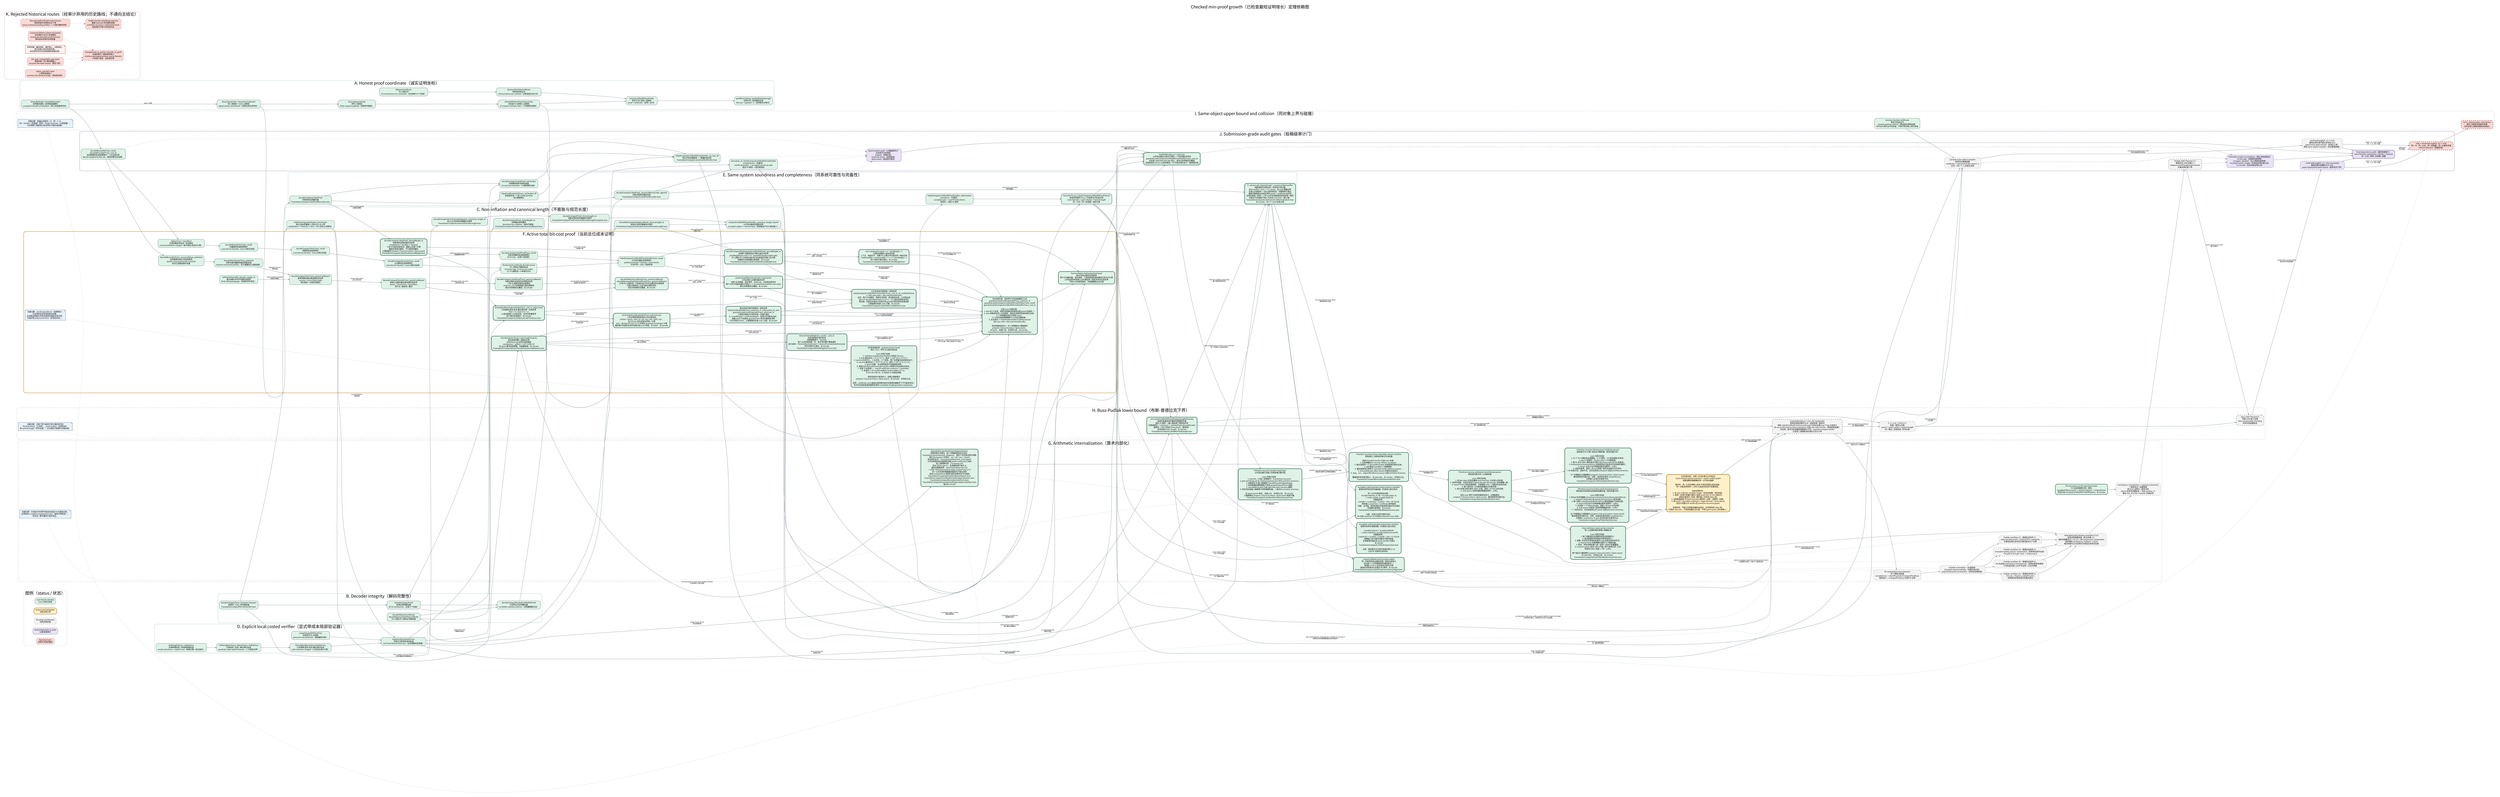
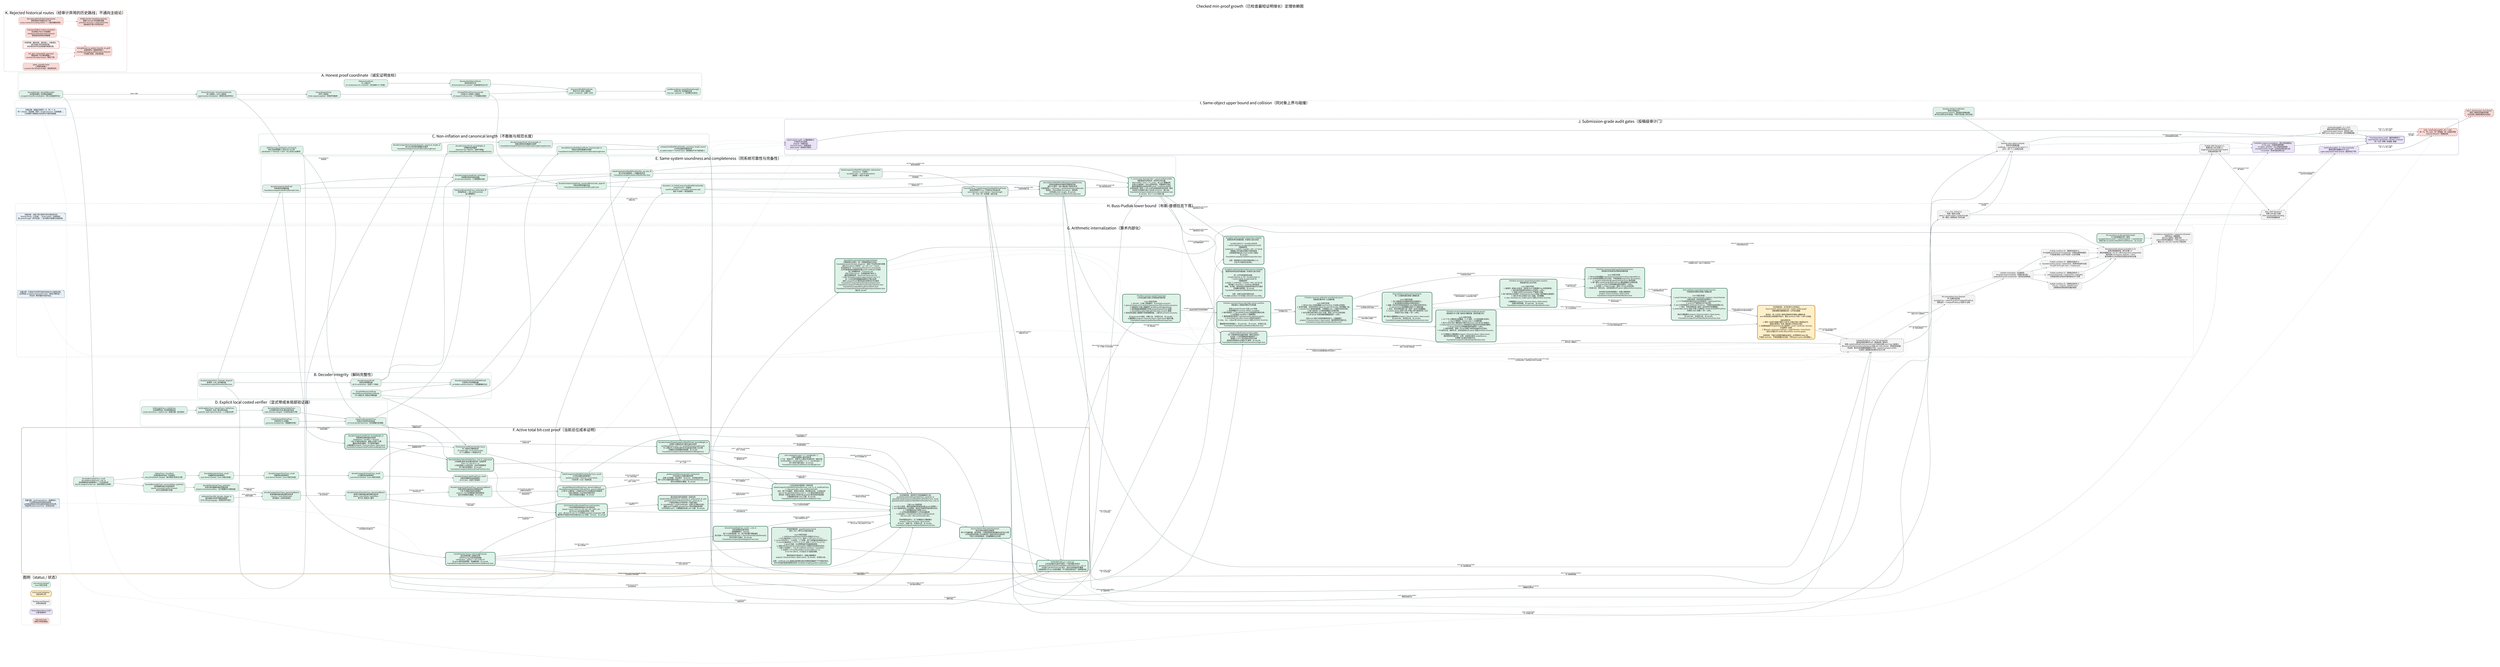
digraph CheckedMinProofDependencies {
  graph [
    rankdir=LR,
    bgcolor="white",
    compound=true,
    newrank=true,
    pad="0.35",
    nodesep="0.30",
    ranksep="0.62",
    fontname="Noto Sans CJK SC",
    fontsize=24,
    label="Checked min-proof growth（已检查最短证明增长）定理依赖图",
    labelloc="t",
    labeljust="c"
  ];
  node [
    shape=box,
    style="rounded,filled",
    fontname="Noto Sans CJK SC",
    fontsize=10.5,
    color="#526d75",
    fillcolor="#eef3f4",
    margin="0.14,0.09",
    penwidth=1.2
  ];
  edge [
    fontname="Noto Sans CJK SC",
    fontsize=8.5,
    color="#65777d",
    arrowsize=0.68,
    penwidth=1.05
  ];

  subgraph cluster_legend {
    label="图例（status / 状态）";
    color="#c8d1d4";
    style="rounded";
    done [label="Lean kernel checked\nLean 内核已检查", fillcolor="#dff2e8", color="#3f7c66"];
    active [label="Active proof obligation\n当前证明义务", fillcolor="#fff0c9", color="#b37a12", penwidth=2.2];
    pending [label="Pending root theorem\n待闭合根定理", fillcolor="#f3f3f3", color="#777777", style="rounded,filled,dashed"];
    audit [label="Axiom/dependency audit\n公理/依赖审计", fillcolor="#e9e3f5", color="#76639a"];
    rejected [label="Rejected route\n经审计弃用的路线", fillcolor="#f8d9d6", color="#a8443d", style="rounded,filled,dashed"];
  }

  subgraph cluster_coordinate {
    label="A. Honest proof coordinate（诚实证明坐标）";
    color="#8fb7aa";
    style="rounded";

    natcode [label="binaryNatCode / decodeBinaryNat\n自然数前缀码 / 自然数前缀解码\nescaped-bit prefix serialization（转义位前缀序列化）", fillcolor="#dff2e8"];
    syntaxcode [label="binaryTermCode + binaryFormulaCode\n项二进制码 + 公式二进制码\ntyped syntax serialization（类型化语法序列化）", fillcolor="#dff2e8"];
    sequentcode [label="binarySequentCode\n序列二进制码\nfinite sequent payload（有限序列载荷）", fillcolor="#dff2e8"];
    prooftree [label="CheckedPAProofTree.binaryCode\n已检查 PA 证明树二进制码\n10 sequent-calculus rules（十条相继式规则）", fillcolor="#dff2e8"];
    axiomcert [label="PAAxiomCertificate\nPA 公理证书\n23 constructors incl. induction（含归纳的 23 个构造）", fillcolor="#dff2e8"];
    structcert [label="StructuralValidityCertificate\n结构有效性证书\nall local witnesses counted（全部局部见证计长）", fillcolor="#dff2e8"];
    certifiedcode [label="binaryCertifiedPAProofCode\n带证书 PA 证明二进制码\nproof + certificate（证明 + 证书）", fillcolor="#dff2e8"];
    packedcode [label="packBinaryString / packedPayloadLength\n位串打包 / 有效载荷长度\nNat.size = payload + 1（自然数位长等式）", fillcolor="#dff2e8"];

    natcode -> syntaxcode [label="labels / 标签"];
    syntaxcode -> sequentcode;
    sequentcode -> prooftree;
    axiomcert -> structcert;
    prooftree -> certifiedcode;
    structcert -> certifiedcode;
    certifiedcode -> packedcode;
  }

  subgraph cluster_decoder {
    label="B. Decoder integrity（解码完整性）";
    color="#8fb7aa";
    style="rounded";

    typeddecoder [label="decodeCompactTerm / Formula / Sequent\n紧凑项 / 公式 / 序列解码器\nFoundationCompactPAProofVerifier.lean", fillcolor="#dff2e8"];
    proofdecoder [label="decodeCompactProof\n紧凑证明树解码器\nall 10 constructors（全部十个构造）", fillcolor="#dff2e8"];
    certdecoder [label="decodePAAxiomCertificate\ndecodeStructuralValidityCertificate\nPA 公理证书 / 结构证书解码器", fillcolor="#dff2e8"];
    packeddecoder [label="decodeCompactPackedCertifiedPAProof\n打包带证书证明解码器\nno hidden auxiliary witness（无隐藏辅助见证）", fillcolor="#dff2e8"];

    typeddecoder -> proofdecoder;
    certdecoder -> packeddecoder;
    proofdecoder -> packeddecoder;
  }

  subgraph cluster_size {
    label="C. Non-inflation and canonical length（不膨胀与规范长度）";
    color="#8fb7aa";
    style="rounded";

    structural [label="decodeCompactProof_parseWeight_le\n证明解码结构量界\nstructural non-inflation（结构不膨胀）\nFoundationCompactProofDecoderStructuralBound.lean", fillcolor="#dff2e8"];
    syntaxcanonical [label="decodeCompactTerm/Formula/Sequent_canonical_length_le\n项/公式/序列规范重编码长度界\nFoundationCompactCanonicalDecodeLength.lean", fillcolor="#dff2e8"];
    proofcanonical [label="decodeCompactProof_binaryLength_le\n完整证明树规范重编码长度界\nFoundationCompactProofCanonicalDecodeLengthComplete.lean", fillcolor="#dff2e8"];
    certcanonical [label="decodeStructuralValidityCertificate_binaryLength_le\n结构证书规范重编码长度界\nFoundationCompactCertificateCanonicalDecodeLength.lean", fillcolor="#dff2e8"];
    totalcanonical [label="compactCertifiedPAProofVerifier_canonical_length_bound\n公开验证器规范载荷总界\naccepted output <= honest input（接受输出不长于诚实输入）", fillcolor="#dff2e8"];
    transformsize [label="shift/free/neg/substitution size bounds\n移位/自由变量嵌入/否定/代入大小界\nsubstitution <= formula × term（代入至多公式乘项）", fillcolor="#dff2e8"];

    typeddecoder -> syntaxcanonical;
    proofdecoder -> structural;
    syntaxcanonical -> proofcanonical;
    certdecoder -> certcanonical;
    proofcanonical -> totalcanonical;
    certcanonical -> totalcanonical;
    syntaxcode -> transformsize;
  }

  subgraph cluster_explicit_local {
    label="D. Explicit local costed verifier（显式带成本局部验证器）";
    color="#8fb7aa";
    style="rounded";

    biteq [label="bitStringEqTrace / natEqTrace\n位串相等轨迹 / 自然数相等轨迹\nresult correctness + explicit cost（结果正确 + 显式成本）", fillcolor="#dff2e8"];
    bitset [label="bitStringMemTrace / SubsetTrace / SetEqTrace\n位串成员 / 包含 / 集合等价轨迹\nquadratic-style explicit bounds（二次型显式界）", fillcolor="#dff2e8"];
    formulalist [label="formulaEq/Mem/Subset/SetEqTrace\n公式相等/成员/包含/集合等价轨迹\ncode emission charged（公式码生成已计费）", fillcolor="#dff2e8"];
    listedtree [label="ListedCheckedPAProofTree\n列表序列 PA 证明树\npreserves decoded lists（保留解码列表）", fillcolor="#dff2e8"];
    listedcert [label="listedCertificateValidTrace\n列表证书有效性成本轨迹\nno Finset decide black box（无有限集判定黑箱）", fillcolor="#dff2e8"];

    biteq -> bitset;
    bitset -> formulalist;
    listedtree -> listedcert;
    formulalist -> listedcert;
    transformsize -> listedcert [label="local transforms\n局部变换"];
  }

  subgraph cluster_same_system {
    label="E. Same-system soundness and completeness（同系统可靠性与完备性）";
    color="#8fb7aa";
    style="rounded";

    listdecoder [label="decodeCompactListedProof\n列表保持证明解码器\nFoundationCompactListedProofDecoder.lean", fillcolor="#dff2e8"];
    projection [label="decodeCompactListedProof_toChecked\n列表解码投影到原检查器\n10-rule fuel induction（十规则燃料归纳）", fillcolor="#dff2e8"];
    localiff [label="listedCertificateValidTrace_toChecked_iff\n新局部轨迹 <-> 原 certificateValid\n语义精确等价", fillcolor="#dff2e8"];
    publiciff [label="listedCompactCertifiedPAProofVerifier_eq_true_iff\n新公开验证器接受 <-> 精确检查关系\nFoundationCompactListedCertifiedVerifier.lean", fillcolor="#dff2e8"];
    soundness [label="listedCompactCertifiedPAProofVerifier_toDerivation\nsoundness（可靠性）\naccepted code -> real PA Derivation2\n接受码 -> 真实 PA 推导", fillcolor="#dff2e8"];
    listencoder [label="decodeCompactListedProof_canonicalBinaryCode_append\n列表证明规范编码往返\nFoundationCompactListedProofEncoder.lean", fillcolor="#dff2e8"];
    completeness [label="derivation_to_listedCompactCertifiedPAProofVerifier\ncompleteness（完备性）\nreal PA derivation -> accepted canonical code\n真实 PA 推导 -> 规范接受码", fillcolor="#dff2e8"];
    predicate [label="Concrete P(x,y) / ListedCompactCertifiedPAProofChecks\n具体证明谓词 P(x,y) / 列表带证书检查关系\nsame formula + same checker + honest length\n同一公式 + 同一检查器 + 诚实长度", fillcolor="#dff2e8", penwidth=2.0];
    minmeasure [
      label="minListedCertifiedPAProofPayloadLength(formula)\n具体检查器诱导的最短完整载荷长度\n真实 PA 推导 -> 最小值由某个接受码实现\n任意接受码 -> minimum <= packedPayloadLength(code)\n接受码 -> 同公式真实 Derivation2（推导树）\n无项目级 proof_length；无 sorryAx\nFoundationCompactListedMinProofLength.lean",
      fillcolor="#dff2e8", color="#2f6f57", penwidth=2.8
    ];
    canonicalnormalize [
      label="P_canon(code, formulaCode) + canonical Bool verifier\n纯数值规范证明关系 + 规范布尔验证器\nBool verifier = true <-> P_canon，由 Lean 精确证明\n任意公开接受码 -> 同公式码规范码，完整载荷不增长\n最短完整载荷必由真实规范 proof + certificate 码实现\n全体码有限一致性 <-> 同 cutoff 的纯数值规范码有限一致性\n非规范/冗余编码不能人为压低 minimum（最小值）\nFoundationCompactListedCanonicalNormalization.lean\n无 sorryAx；仅三个 Lean 标准公理",
      fillcolor="#dff2e8", color="#2f6f57", penwidth=2.8
    ];

    typeddecoder -> listdecoder;
    listdecoder -> projection;
    proofdecoder -> projection;
    listedcert -> localiff;
    projection -> publiciff;
    localiff -> publiciff;
    packeddecoder -> publiciff;
    publiciff -> soundness;
    prooftree -> listencoder;
    listdecoder -> listencoder;
    listencoder -> completeness;
    listedcert -> completeness;
    soundness -> predicate;
    completeness -> predicate;
    predicate -> minmeasure [label="minimum over accepted codes\n对接受码取最小值"];
    completeness -> minmeasure [label="nonempty accepted set\n接受集合非空"];
    publiciff -> canonicalnormalize [label="decode every accepted code\n解码任意接受码"];
    listencoder -> canonicalnormalize [label="canonical re-encoding\n规范重编码"];
    totalcanonical -> canonicalnormalize [label="no payload growth\n载荷不增长"];
    minmeasure -> canonicalnormalize [label="minimum realized canonically\n最小值由规范码实现"];
  }

  subgraph cluster_cost_active {
    label="F. Active total bit-cost proof（当前总位成本证明）";
    color="#c18a27";
    style="rounded,bold";

    nattrace [label="decodeBinaryNatTrace_result\ndecodeBinaryNatTrace_cost_le\n自然数解码轨迹结果等价 + 二次位成本界\nNat.bit charged by Nat.size（按自然数位长收费）", fillcolor="#dff2e8", color="#3f7c66"];
    tracebind [label="OptionTrace + traceBind\n可选结果成本轨迹 + 轨迹绑定\nevery bind/failure charged（每次绑定/失败均计费）", fillcolor="#dff2e8", color="#3f7c66"];
    vectortrace [label="decodeManyVectorTrace_result\n向量解码轨迹结果等价\nLean kernel checked（Lean 内核已检查）", fillcolor="#dff2e8", color="#3f7c66"];
    termtrace [label="decodeCompactTermTrace_result\n项解码轨迹结果等价\nLean kernel checked（Lean 内核已检查）", fillcolor="#dff2e8", color="#3f7c66"];
    formulatrace [label="decodeCompactFormulaTrace_result\n公式解码轨迹结果等价\nLean kernel checked（Lean 内核已检查）", fillcolor="#dff2e8", color="#3f7c66"];
    prooftrace [label="decodeCompactListedProofTrace_result\n列表证明解码轨迹结果等价\nall 10 rules（全部十条规则）", fillcolor="#dff2e8", color="#3f7c66"];
    certtrace [label="PA/structural certificate decoder traces\nPA / 结构证书解码轨迹\n23 axiom tags + 4 recursive nodes\n23 个公理标签 + 4 种递归节点", fillcolor="#dff2e8", color="#3f7c66"];
    publictrace [label="listedCompactCertifiedPAProofVerifierTrace_result\n公开验证器轨迹结果等价\npacked envelope + formula + local checks\n打包外壳 + 公式 + 局部检查", fillcolor="#dff2e8", color="#3f7c66"];
    natpotential [label="decodeBinaryNatTrace_success/failure_potential\n自然数解码成功/失败势能界\nquartic consumed-prefix invariant\n四次已消费前缀不变量", fillcolor="#dff2e8", color="#3f7c66"];
    vectorpotential [label="decodeManyVectorTrace_potential\n任意长度向量解码摊还势能定理\ndisjoint consumed prefixes（互不重叠的已消费前缀）", fillcolor="#dff2e8", color="#3f7c66"];
    symbolcharge [label="arithmeticFunc/Rel_decode_charge_le\n算术函数/关系符号解码收费界\nfinite ORing language（有限有序环语言）", fillcolor="#dff2e8", color="#3f7c66"];
    termpotential [label="decodeCompactTermTrace_parserCostBound\n紧凑项解码器全路径摊还成本界\nsuccess + every failure path\n成功路径 + 全部失败路径", fillcolor="#dff2e8", color="#3f7c66"];
    formulapotential [label="decodeCompactFormulaTrace_parserCostBound\n紧凑公式解码器全路径摊还成本界\natoms / connectives / quantifiers\n原子式 / 联结词 / 量词", fillcolor="#dff2e8", color="#3f7c66"];
    proofpotential [
      label="decodeCompactListedProofTrace_parserCostBound\n列表证明树全路径四次势能成本界\n十条 PA 相继式规则全部通过\nand/cut 二叉子证明势能已望远镜相消\n成功/失败路径全覆盖；无 sorryAx",
      fillcolor="#dff2e8", color="#3f7c66"
    ];
    certpotential [
      label="decodePAAxiomCertificateTrace_parserCostBound\ndecodeStructuralValidityCertificateTrace_parserCostBound\n23 种 PA 公理标签 + 4 种递归证书节点全路径四次势能界\n归纳公理体和二元证书树已摊还闭合\n成功/失败路径全覆盖；无 sorryAx",
      fillcolor="#dff2e8", color="#3f7c66", penwidth=2.2
    ];
    packedcost [
      label="packed proof/formula decoder cost bounds\n打包证明/公式解码器成本界\n证明+证书串联、末位哨兵、dropLast、空后缀全部闭合\n两个公开打包解码器均不超过 2 × decoderPotential(Nat.size code)\n成功/失败路径全覆盖；无 sorryAx",
      fillcolor="#dff2e8", color="#2f6f57", penwidth=2.8
    ];
    transformcode [
      label="transformation binary-code length bounds\n语法变换完整二进制码长界\nshift/free/neg 均至多线性膨胀\nsubstitution：|phi[t]| <= 3(F+1)(W+1)F\n含 qpow 量词深度预算；无隐藏参数；无 sorryAx\nFoundationCompactSyntaxTransformationCodeBounds.lean",
      fillcolor="#dff2e8", color="#2f6f57", penwidth=2.8
    ];
    negtrace [
      label="binaryFormulaNegTrace_result / _cost_le\n否定变换真实递归轨迹\n结果精确等于 ∼formula\n每个公式构造收费一步；原子项向量不重复遍历\n执行成本 <= formulaSymbolCount <= |binaryFormulaCode(formula)|\n单文件探针已通过；无 sorryAx\nFoundationCompactSyntaxNegationTrace.lean",
      fillcolor="#dff2e8", color="#2f6f57", penwidth=2.8
    ];
    axmjoint [
      label="axm comparator input <= 2 * jointWeight + 1\n公理比较器输入联合坐标界\n上下文、候选句子、完整 PA 公理证书均落在同一诚实位权\ncertificateBits + sentenceBits + 1 <= 2 * jointWeight + 1\n四个坐标引理已通过；无 sorryAx\nFoundationCompactListedAxiomJointWeight.lean",
      fillcolor="#dff2e8", color="#2f6f57", penwidth=2.8
    ];
    honestproof [
      label="decodeCompactListedProof_honestWeight_le\n列表保持证明树诚实位权界\nweight(tree) + 8|suffix| <= 8|input|\n十条 PA 规则全部闭合；重复公式逐个计费\n覆盖任意成功解码，不只是规范编码\n公理画像仅 propext / Classical.choice / Quot.sound\nFoundationCompactListedProofHonestWeight.lean",
      fillcolor="#dff2e8", color="#2f6f57", penwidth=2.8
    ];
    honestcert [
      label="decodeCompactPackedListedCertifiedPAProof_honestWeight_le\n证明树+完整结构证书联合诚实位权界\njointWeight(tree,cert) <= 8 * packedPayloadLength(code)\nPA 公理证书 23 标签及递归证书全部由实际输入位计费\n无辅助见证和隐藏长度参数；无 sorryAx\nFoundationCompactListedCertifiedHonestWeight.lean",
      fillcolor="#dff2e8", color="#2f6f57", penwidth=2.8
    ];
    localprimitives [
      label="formulaEq/Mem/Subset/SetEqTrace_cost_le_polynomial\n公式相等/成员/包含/集合等价统一位成本界\nP(w) = 4 + 2(w+3)^2 + w\nw 是全部输入公式码位权，包含列表重复项\n四个端点全部通过；无 sorryAx\nFoundationCompactListedLocalCostPrimitives.lean",
      fillcolor="#dff2e8", color="#2f6f57", penwidth=2.8
    ];
    localbranches9 [
      label="10/10 listedCertificateValidTrace cost branches\n十条证明规则局部成本分支全部闭合\nclosed / verum / and / or / all / exs / wk / shift / cut：\n由 P(G(w)) 及生成语法界统一计费\naxm：由 A(w)=K*(2w+1)^12 的真实 guarded comparator 计费\n最终每节点固定多项式包络已由 Lean 检查；无 haxm、无 sorryAx",
      fillcolor="#dff2e8", color="#2f6f57", penwidth=2.8
    ];
    localinduction [
      label="联合坐标内部归纳骨架 + 具体实例\nlistedCertificateValidTrace_jointCost_le_polynomial_of_axm\nguardedListedCertificateValidTrace_jointCost_le\n十规则证明树/证书同步统一归纳已通过\nb = proofWeight + certificateWeight（证明+证书联合位权）\n抽象 haxm 已由真实 guarded axm 成本定理具体消除\n公开实例无 haxm；公理画像仅标准 Lean 公理；无 sorryAx",
      fillcolor="#dff2e8", color="#2f6f57", penwidth=2.8
    ];
    publicskeleton [
      label="公开总成本内部骨架 + 具体实例\nlistedCompactCertifiedPAProofVerifierTrace_cost_le_of_certificateTrace\ns = Nat.size(code) + Nat.size(formulaCode)\n合并：两个打包解码、局部证书检查、结论集合比较、公式码比较\nQ(s)=4*decoderPotential(s)+L(s)+1，L(s) 是显式固定多项式\n原先唯一内部证书成本义务现已由 guarded 联合成本定理消除\n公理画像仅标准 Lean 公理；无 sorryAx\nFoundationCompactListedPublicCostSkeleton.lean",
      fillcolor="#dff2e8", color="#2f6f57", penwidth=2.8
    ];
    publiccost [
      label="【主终端完成：具体带守卫检查器最终汇合】\nguardedListedCertificateValidTrace_jointCost_le\nguardedListedCompactCertifiedPAProofVerifierTrace_result\nguardedListedCompactCertifiedPAProofVerifierTrace_cost_le\n\n已由 Lean 内核检查：\n1. axm 的 23 标签、接受/拒绝路径和候选长度 guard 全部统一；\n2. axm 局部成本进入与证明树、结构证书相同的诚实联合位权；\n3. 十规则整树成本不再带 haxm；\n4. 公开轨迹结果精确等于公开验证器结果；\n5. 总位成本 <= listedPublicVerifierCostPolynomial(\n   Nat.size code + Nat.size formulaCode)。\n\n定向构建退出码 0；五个关键端点公理画像仅\npropext / Classical.choice / Quot.sound。\n无 haxm、无输入包、无项目公设、无 sorryAx。\nFoundationCompactListedGuardedAxiomCost.lean",
      fillcolor="#dff2e8", color="#2f6f57", penwidth=2.8
    ];
    amortized [label="Success/failure total potential bound\n成功/失败全路径总势能界\n两个打包解码器、语法变换、十规则局部检查和最终比较均已计费\n公开轨迹的所有输入对均满足同一固定多项式位成本界\n不是只分析接受路径；无隐藏辅助见证长度", fillcolor="#dff2e8", color="#2f6f57", style="rounded,filled", penwidth=2.8];
    costnote [shape=note, label="关键注释：result equivalence（结果等价）\n只证明轨迹没有改掉验证结果；\n必须再证明成功/失败全路径的固定多项式界，\n才能声称 polynomial time（多项式时间）。", fillcolor="#e8f1f8", color="#4e7892"];
    transformtrace [label="【共享终端完成：guarded axiom trace】\n移位 / 代入 / 带守卫公理比较轨迹\n\nLean 内核已检查：\n1. shift/free/substitution/list/fixitr 的真实 QTrace；\n2. fixitr 输出码长 <= 4*(L+1)^2；成本 <= 128*(m+L+1)^2*L；\n3. succInd 四次代入、三次否定、三个析取、两个全称量词全部真实执行；\n4. succInd 输出码长 <= 10^7*(L+1)^4；成本 <= 10^11*(L+1)^12；\n5. guard 完备：合法相等候选不会被提前拒绝；\n6. 接受分支 fixitr/allClosure/formulaEq 与拒绝分支总成本均闭合；\n7. 全部 23 标签统一：true iff certificate.sentence = candidate；\n8. 总成本 <= K*(certificateBits+sentenceBits+1)^12，\n   K=10^30+(3B+4)，B 为显式 26 句固定预算。\n\n两条验收命令退出码 0；关键公理画像仅\npropext / Classical.choice / Quot.sound；无 sorryAx、无项目公设。\n\n边界：certificate-only 直接生成完整归纳句在稀疏变量编号下不可能多项式；\n本节点完成的是保持接受关系的 candidate-length guarded comparator。", fillcolor="#dff2e8", color="#2f6f57", style="rounded,filled", penwidth=2.8];
    polytime [label="VerifierBitCost(x,y) <= p(|x|+|y|)\n公开验证器总位成本不超过一个显式固定多项式\nguardedListedCompactCertifiedPAProofVerifierTrace_cost_le\n对全部 code/formulaCode 成立，成功与失败路径均覆盖\n这里是项目 QTrace 位成本模型；PA 内短证明仍由下一簇单独完成", fillcolor="#dff2e8", color="#2f6f57", style="rounded,filled", penwidth=2.8];

    natcode -> nattrace;
    nattrace -> tracebind;
    tracebind -> vectortrace;
    vectortrace -> termtrace;
    termtrace -> formulatrace;
    formulatrace -> prooftrace;
    certdecoder -> certtrace;
    formulatrace -> certtrace;
    prooftrace -> publictrace;
    certtrace -> publictrace;
    publictrace -> amortized [label="exact behavior first\n先固定精确行为"];
    nattrace -> natpotential;
    natpotential -> vectorpotential;
    vectorpotential -> termpotential [label="argument vectors\n参数向量"];
    symbolcharge -> termpotential [label="finite symbol decoding\n有限符号解码"];
    termpotential -> formulapotential [label="terms inside atoms\n原子式中的项"];
    formulapotential -> proofpotential [label="formulas inside sequents\n序列中的公式"];
    proofpotential -> certpotential [label="proof/certificate alignment\n证明树/证书树对齐"];
    formulapotential -> certpotential [label="induction body\n归纳公理体"];
    certpotential -> packedcost [label="proof + certificate stream\n证明 + 证书串"];
    publictrace -> packedcost [label="same executable result\n同一可执行结果"];
    packedcost -> publiccost [label="decoded objects\n已解码对象"];
    transformsize -> transformcode [label="from symbol count to full bits\n从符号数提升到完整位长"];
    transformcode -> negtrace [label="input bit-length control\n输入位长控制"];
    negtrace -> publiccost [label="closed/cut negation charge\n闭合/切规则否定计费"];
    transformcode -> publiccost [label="generated-code bounds\n生成公式码长界"];
    listdecoder -> honestproof [label="all successful parses\n全部成功解码"];
    honestproof -> honestcert [label="proof-tree charge\n证明树计费"];
    certcanonical -> honestcert [label="full certificate bits\n完整证书位"];
    honestcert -> publiccost [label="joint decoded-data bound\n联合解码数据界"];
    honestcert -> axmjoint [label="proof + certificate coordinate\n证明 + 证书坐标"];
    axmjoint -> publiccost [label="guarded comparator input bound\n带守卫比较器输入界"];
    listedcert -> localprimitives [label="exact trace costs\n精确轨迹成本"];
    honestproof -> localprimitives [label="duplicate-preserving weights\n保留重复项位权"];
    localprimitives -> publiccost [label="uniform quadratic bound\n统一二次界"];
    localprimitives -> localbranches9 [label="per-rule instantiation\n逐规则实例化"];
    transformcode -> localbranches9 [label="generated syntax bounds\n生成语法界"];
    localbranches9 -> publiccost [label="nine checked branches\n九条已检查分支"];
    localbranches9 -> localinduction [label="structural aggregation\n结构汇总"];
    localinduction -> publiccost [label="haxm concretely discharged\nhaxm 已由具体定理消除"];
    localinduction -> publicskeleton [label="local certificate polynomial\n局部证书多项式"];
    packedcost -> publicskeleton [label="two packed decoder bounds\n两个打包解码界"];
    honestcert -> publicskeleton [label="decoded joint weight\n解码联合位权"];
    publicskeleton -> publiccost [label="concrete discharge checked\n具体消义务已检查"];
    listedcert -> publiccost [label="explicit local checks\n显式局部检查"];
    publiccost -> amortized;
    totalcanonical -> amortized [label="consumed-length control\n消费长度控制"];
    costnote -> amortized [style=dotted, arrowhead=none, constraint=false];
    transformcode -> transformtrace;
    transformtrace -> publiccost [label="guarded axm + shift/free/substitution costs\n带守卫公理 + 移位/自由化/代入成本"];
    amortized -> polytime;
    transformtrace -> polytime;
    totalcanonical -> polytime [label="input/output length control\n输入输出长度控制"];
    listedcert -> polytime [label="local cost bounds\n局部成本界"];
    predicate -> polytime [label="exact executable relation\n精确可执行关系"];
  }

  subgraph cluster_internalization {
    label="G. Arithmetic internalization（算术内部化）";
    color="#9a9a9a";
    style="rounded,dashed";

    listedconmeta [label="ListedCertifiedFiniteConsistencyAt(k)\n同一列表保持验证器的有限一致性元层语义\n无长度 <= k 的完整载荷码被接受为 ⊥\n普通及 2^(A*n) 放大版本无条件为真\n接受反向恢复同公式真实 PA 推导；无 sorryAx\nFoundationCompactListedFiniteConsistencyTarget.lean", fillcolor="#dff2e8", color="#2f6f57", penwidth=2.8];
    arithinput [label="Primitive-recursive packed input layer\n公开验证器打包输入的原始递归算术层\n\nLean 内核已检查：\n1. Nat.bits（小端二进制展开）为 primitive recursive；\n2. getLast?/dropLast 与 sentinel payload peel 均为 primitive recursive；\n3. 剥离成功 iff 输入精确等于 packBinaryString(payload)；\n4. 新剥离器结果精确等于现有 packedPayloadTrace 结果；\n5. decodeBinaryNat 已由 right-fold state machine 重建；\n6. 新状态机逐输入精确等于原前缀解码器，二者均为 primitive recursive。\n\n无 typed syntax 假设、无输入包、无项目公设、无 sorryAx；\n公理画像仅 propext / Classical.choice / Quot.sound 或其子集。\nFoundationCompactListedVerifierArithmeticInput.lean", fillcolor="#dff2e8", color="#2f6f57", penwidth=2.8];
    tokenstream [label="Primitive-recursive binary-Nat token stream machine\n原始递归二进制自然数记号流机器\n\n具体 bounded iterator 已由 Lean 检查：\n1. 状态明确区分 running / failed / accepted；\n2. 每步调用同一个 decodeBinaryNat 并保留真实剩余位串；\n3. 总步数由 inputBits+1 明确限制；\n4. 最终结果逐位串等于 repeated-prefix reference parser；\n5. binaryNatCode token stream 的规范往返成立；\n6. step、run、output 和 reference parser 全部 primitive recursive。\n\n覆盖畸形和非规范输入；无 rawCode、无 sorryAx、无项目公设。\nFoundationCompactBinaryNatStreamMachine.lean", fillcolor="#dff2e8", color="#2f6f57", penwidth=2.8];
    syntaxparser [label="Primitive-recursive arithmetic term/formula parser\n原始递归算术项 / 公式解析器\n\nLean 内核已检查：\n1. 纯 Nat token 状态机覆盖 bvar/fvar/func 与全部公式构造；\n2. 有序环函数、关系符号码与 typed decoder 的 decode₂ 条件精确一致；\n3. repeat frame 逐项处理参数，不按稀疏 arity 一次展开巨型任务表；\n4. 每个真实项 / 公式都有精确执行步数定理；\n5. 执行步数不超过真实 token 长度，固定二次 fuel 必然足够；\n6. 公开 parser 对规范编码精确返回同一 suffix。\n\n定向 Lean 探针与目标构建退出码 0；公理画像仅\npropext / Classical.choice / Quot.sound；静态禁用项扫描为空。\nFoundationCompactSyntaxTokenMachine.lean", fillcolor="#dff2e8", color="#2f6f57", penwidth=2.8];
    syntaxinversion [label="Exact arbitrary-input syntax inversion\n项 / 公式解析器任意输入精确反演\n\nLean 内核已检查：\n1. 每个纯数值任务栈都有类型化前缀语义；\n2. 每次数值状态转换反向保持该语义；\n3. 函数 / 关系符号有效码恢复同 arity 的真实有序环符号；\n4. repeat frame 恢复精确长度的 Fin 参数向量；\n5. 成功、失败及畸形输入统一由同一后向不变量覆盖；\n6. numeric parser 返回 suffix iff 输入等于某真实项 / 公式\n   的规范 token 前缀 ++ 同一 suffix。\n\n两个端点公理画像仅 propext / Classical.choice / Quot.sound；\n无 rawCode、无项目公设、无 sorryAx。\nFoundationCompactSyntaxTokenMachineInversion.lean", fillcolor="#dff2e8", color="#2f6f57", penwidth=2.8];
-     proofparser [label="Primitive-recursive listed-proof structural parser\n原始递归列表保持证明树结构解析器（规范完备方向）\n\nLean 内核已检查：\n1. 纯 Nat 任务栈覆盖 closed/axm/verum/and/or/all/exs/wk/shift/cut；\n2. sequent cardinality 由 repeat-formula frame 逐项消费；\n3. 每个真实 ListedCheckedPAProofTree 都有精确执行步数定理；\n4. and/cut 的左右子证明按编码顺序消费同一 suffix；\n5. 总步数 <= 2*tokenLength，固定二次 fuel 必然足够；\n6. 公开 parser 对规范十规则树精确返回同一 suffix；\n7. 十标签分派、总状态机和公开 parser 全部 primitive recursive。\n\n五个关键端点公理画像仅 propext / Classical.choice / Quot.sound；\n静态禁用项扫描为空。边界：这里闭合真实树的 completeness；\n任意输入 soundness 与 axm 闭句检查仍在黄色节点。\nFoundationCompactProofTokenMachine.lean", fillcolor="#dff2e8", color="#2f6f57", penwidth=2.8];
+     closedformula [label="Primitive-recursive closed-formula token machine\n原始递归闭公式记号机\n\nLean 内核已检查：\n1. 复用同一紧凑公式语法，但所有 term 位置遇到 fvar 标签即拒绝；\n2. 每次成功恢复真实类型化公式及同一 suffix；\n3. 恢复公式的 freeVariables 严格等于空集；\n4. 每个真实闭公式及每个 ArithmeticSentence 的嵌入规范编码必被接受；\n5. 成功 iff 闭公式规范 token 前缀，双向精确；\n6. step / bounded run / public parser 全部 primitive recursive。\n\n公理画像仅 propext / Classical.choice / Quot.sound；\n无额外闭性参数、无 rawCode、无 sorryAx。\nFoundationCompactClosedFormulaTokenMachine.lean", fillcolor="#dff2e8", color="#2f6f57", penwidth=2.8];
+     proofparser [label="Primitive-recursive listed-proof structural parser\n原始递归列表保持证明树结构解析器\n\nLean 内核已检查：\n1. 纯 Nat 任务栈覆盖 closed/axm/verum/and/or/all/exs/wk/shift/cut；\n2. axm 标签现调用独立闭公式机，不再把普通 proposition 当 sentence；\n3. sequent cardinality 由 repeat-formula frame 逐项消费；\n4. 每个真实 ListedCheckedPAProofTree 都有精确执行步数定理；\n5. and/cut 左右子证明按编码顺序消费同一 suffix；\n6. 总步数 <= 2*tokenLength，固定二次 fuel 必然足够；\n7. 十标签分派、闭句分支、总状态机和公开 parser 全部 primitive recursive。\n\n定向探针及目标构建通过；关键公理画像仅\npropext / Classical.choice / Quot.sound。\nFoundationCompactProofTokenMachine.lean", fillcolor="#dff2e8", color="#2f6f57", penwidth=2.8];
+     proofinversion [label="Exact arbitrary-input listed-proof inversion\n列表保持证明树任意输入精确反演\n\nLean 内核已检查：\n1. proof / formula / term / repeat-formula / sequent / closed-formula\n   六类任务统一具有类型化前缀语义；\n2. 十个节点标签的每条反向分支均恢复同一 typed proof tree；\n3. and/cut 严格恢复左右子树次序；\n4. axm 分支恢复真实 ArithmeticSentence，不接受含自由变量公式；\n5. 成功、失败及畸形输入由同一后向状态不变量覆盖；\n6. proof token parser 成功 iff 输入为某真实 ListedCheckedPAProofTree\n   的规范 token 前缀 ++ 同一 suffix。\n\n端点公理画像仅 propext / Classical.choice / Quot.sound；\n无 rawCode、无项目公设、无 sorryAx。\nFoundationCompactProofTokenMachineInversion.lean", fillcolor="#dff2e8", color="#2f6f57", penwidth=2.8];
    certparser [label="Primitive-recursive PA/structural certificate parsers\n原始递归 PA 公理 / 结构证书解析器（规范完备方向）\n\nLean 内核已检查：\n1. 23 个 PA 公理标签全部覆盖；0..21 固定，3/4 校验函数/关系码；\n2. tag 22 调用同一 binder-arity-1 公式解析器；\n3. 新 PA 证书 token 编码逐证书等于旧 binary code 的 Nat 前缀流；\n4. leaf/axiomCert/unary/binary 四类结构证书由显式任务栈递归解析；\n5. binary 左右子证书按编码顺序消费同一 suffix；\n6. 线性步数界、固定二次 fuel 和两个规范往返端点均已闭合；\n7. PA 标签分派、结构节点、总状态机和公开 parser 全部 primitive recursive。\n\n七个关键端点公理画像仅 propext / Classical.choice / Quot.sound；\n静态禁用项扫描为空。边界：这里闭合规范 completeness，\n任意输入反演仍在黄色节点。\nFoundationCompactCertificateTokenMachine.lean", fillcolor="#dff2e8", color="#2f6f57", penwidth=2.8];
-     numericparser [label="【主终端当前：证明 / 证书反演与公开组合】\nExact numeric-parser inversion + public verifier graph\n纯数值解析器精确反演 + 公开验证器图\n\n新闭合：项 / 公式任意输入成功 iff 真实类型化语法前缀，\n同一对象坐标和同一 suffix 已由后向状态不变量恢复。\n\n当前证明任务：\n1. 补 axm 公式 free-variable-empty（无自由变量）闭句检查；\n2. 把同一反演不变量扩展到十规则 proof tree 与 23+4 类证书，\n   排除任意成功 / 失败 / 畸形输入中的伪 token 树；\n3. 证明数值接受 iff typed decoder 接受同一对象、消费同一后缀；\n4. 把 proof + structural certificate + target formula + local checks\n   组合为完整公开 verifier 的 primitive-recursive graph。\n\n完成标准：不能只证明规范编码会成功；必须排除伪 token 树，\n不借旧 rawCode，不增加隐藏见证长度，不把 typed syntax 当外部输入。", fillcolor="#fff0c9", color="#b37a12", penwidth=2.8];
+     numericparser [label="【主终端当前：证书反演与公开组合】\nExact numeric-parser inversion + public verifier graph\n纯数值解析器精确反演 + 公开验证器图\n\n新闭合：项 / 公式及十规则证明树的任意输入精确反演；\naxm 闭句检查已在数值机中执行，真实 sentence 与同一 suffix 已恢复。\n\n当前证明任务：\n1. 把同一反演不变量扩展到 23 类 PA 公理证书和 4 类结构证书，\n   排除任意成功 / 失败 / 畸形输入中的伪证书树；\n2. 证明数值接受 iff typed decoder 接受同一 proof / certificate / formula，\n   并消费同一后缀；\n3. 把 proof + structural certificate + target formula + local checks\n   组合为完整公开 verifier 的 primitive-recursive graph。\n\n完成标准：不能只证明规范编码会成功；必须排除伪 token 树，\n不借旧 rawCode，不增加隐藏见证长度，不把 typed syntax 当外部输入。", fillcolor="#fff0c9", color="#b37a12", penwidth=2.8];
    compactformula [label="CompactProof(x,y) + Con_PA^compact(k)\n紧凑证明谓词算术公式 + 紧凑有限一致性句\n绿色 ListedCertifiedFiniteConsistencyAt 已给出正确 Lean Prop 元层语义\n旧 succinctFiniteConsistencySentence 仍指 raw-code checker（原始码检查器）\n待证明：算术句标准模型精确等价于同一 guarded compact verifier\n以及短二进制数词实例的公式大小界", fillcolor="#f3f3f3", color="#777777", style="rounded,filled,dashed", penwidth=2.0];
    patrace [label="PA computation-trace theorem\nPA 计算轨迹定理\naccepted run -> short PA proof of CompactProof(x,y)\n接受运行 -> CompactProof(x,y) 的短 PA 证明", fillcolor="#f3f3f3", color="#777777", style="rounded,filled,dashed"];
    suitable [label="suitable numeration（合适枚举）\nbit graph representability（位图可表示性）\npolynomial proof construction（多项式证明构造）", fillcolor="#f3f3f3", color="#777777", style="rounded,filled,dashed"];
    cond0 [label="Pudlak condition (0)（普德拉克条件 0）\nPA 内证明 proof-bound monotonicity（证明长度界单调性）\nP 的较紧/较松 cutoff 可在同一公式中转换", fillcolor="#f3f3f3", color="#777777", style="rounded,filled,dashed"];
    cond1 [label="Pudlak condition (1)（普德拉克条件 1）\nexternal short proof -> internal P(n, code(phi))\n外部短证明以多项式开销内部化为 P 实例", fillcolor="#f3f3f3", color="#777777", style="rounded,filled,dashed"];
    cond2 [label="Pudlak condition (2)（普德拉克条件 2）\nP(n,m) -> P(q1(n), code(P(n,m)))\n证明谓词实例自身的定量内部化", fillcolor="#f3f3f3", color="#777777", style="rounded,filled,dashed"];
    cond3 [label="Pudlak condition (3)（普德拉克条件 3）\nbounded modus ponens composition（有界肯定前件合成）\nP(n,phi) 与 P(n,phi->psi) -> P(q2(n),psi)", fillcolor="#f3f3f3", color="#777777", style="rounded,filled,dashed"];
    mpcompiler [label="Accepted-code bounded modus ponens compiler\n接受码有界肯定前件编译器（外部语义层已闭合）\n\n同一公开列表保持验证器：\naccept(codeImp, A->B) + accept(codeA, A)\n  -> exists codeB, accept(codeB, B)\n完整载荷界：\n|codeB| <= |codeImp| + |codeA| + 240 + 34*S(A,B)\n两份输入 proof tree + certificate 原样复用\n树级、证书级、规范码级及任意接受码端点均已通过\n无隐藏长度参数；无 sorryAx\nFoundationCompactCertifiedModusPonens.lean\n\n注意：这里只关闭外部码合成；\nPA 内部 condition (3) 仍须由 arithmetic trace 内化。", fillcolor="#dff2e8", color="#2f6f57", penwidth=2.8];
    conjcompiler [label="Accepted-code bounded conjunction compiler\n接受码有界合取编译器（外部语义层已闭合）\n\naccept(codeA,A) + accept(codeB,B)\n  -> exists codeAnd, accept(codeAnd,A and B)\n完整载荷界：\n|codeAnd| <= |codeA| + |codeB| + 144 + 11*S(A,B)\n两棵输入树与两份完整证书原样复用\n任意接受码端点及 axiom profile 已通过\n无 sorryAx\nFoundationCompactCertifiedConjunction.lean\n\n注意：固定重言式与原文拼接步骤 (i)-(v)\n以及 PA 内部化仍未闭合。", fillcolor="#dff2e8", color="#2f6f57", penwidth=2.8];
    qdiagonal [label="Quantitative parameterized diagonalization\n定量参数化对角化（同一完整载荷坐标已闭合）\nFoundation parameterized_diagonal₁：固定 P 的全称证明为常数\n真实 Derivation2 实例化：cut + wk + exs + closed\n显式结构证书：binary(unary(baseCert), unary(leaf))\n公开列表保持验证器接受完整 proof+certificate 打包码\n短二进制数码项：2*previous+bit\n码长 O(Nat.size m)，标准模型值严格为 m\n最终完整载荷界：baseProof+baseCert+192\n + 2048*(formulaConstant+stepConstant*|m|+1)^3\n同一公式实例的精确最短载荷也不超过该界\n具体 CompactProof 谓词仍由灰色算术化节点提供\nFoundationCompactDerivationSpecialization.lean\nFoundationCompactCertifiedDerivationSpecialization.lean\nFoundationCompactBinaryNumeralTerm.lean\nFoundationCompactParameterizedDiagonalSpecialization.lean\n端点无 sorryAx", fillcolor="#dff2e8", color="#2f6f57", penwidth=2.8];
    proofassembly [label="Bounded proof-calculus assembly (i)-(v)\n有界证明演算拼接（原文步骤 i-v）\n固定命题重言式 + (0)-(3) + MP/conjunction composition\n逐步得到 not P(q5(m), bottom) -> D(m)\n每次拼接与公式实例化均须显式多项式长度", fillcolor="#f3f3f3", color="#777777", style="rounded,filled,dashed"];
    paconsistency [label="PA consistency in the standard model\nPA 在标准模型中的一致性\naccepted falsum proof -> real Derivation2 -> contradiction\n项目已有 noListedCertifiedPAProofOfFalsum；无 sorryAx", fillcolor="#dff2e8", color="#2f6f57", penwidth=2.4];
    exponentextract [label="Consistency contradiction + exponent extraction\n一致性反证 + 指数提取\n短 D(m) 证明与一致性冲突\nq5(m) 的多项式重标定 -> 存在 epsilon > 0\n推出 Con_A(n) 无 n^epsilon 长度证明", fillcolor="#f3f3f3", color="#777777", style="rounded,filled,dashed"];
    diagonal [label="Pudlak 1986 Theorem 3.1\n普德拉克 1986 定理 3.1\ndiagonal proof-length lower bound\n对角证明长度下界", fillcolor="#f3f3f3", color="#777777", style="rounded,filled,dashed", penwidth=2.0];
    internalnote [shape=note, label="关键注释：外部运行时间界不能自动变成 PA 内部短证明。\n必须构造 accepted computation trace（接受计算轨迹），\n并在同一算术编码中逐步验证。", fillcolor="#e8f1f8", color="#4e7892"];

    predicate -> compactformula [label="exact standard-model relation\n精确标准模型关系"];
    minmeasure -> compactformula [label="same honest payload length\n同一诚实载荷长度"];
    canonicalnormalize -> compactformula [style=dotted, label="normalization audit only; public guarded verifier remains the target\n仅作规范化审计；目标仍是公开带守卫验证器"];
    predicate -> listedconmeta [label="same accepted-code relation\n同一接受码关系"];
    minmeasure -> listedconmeta [label="same payload coordinate\n同一载荷坐标"];
    listedconmeta -> compactformula [label="arithmetize this exact semantics\n算术化这一精确语义"];
    canonicalnormalize -> listedconmeta [label="pointwise same-cutoff equivalence\n逐点同截断值等价"];
    polytime -> arithinput [label="same packed inputs and bit-cost coordinate\n同一打包输入与位成本坐标"];
    arithinput -> tokenstream [label="primitive-recursive payload and Nat-prefix base\n原始递归载荷与自然数前缀基础"];
    tokenstream -> syntaxparser [label="bounded exact tokenization\n有界精确记号化"];
    syntaxparser -> syntaxinversion [label="backward typed realization invariant\n反向类型化实现不变量"];
+     syntaxinversion -> closedformula [label="typed prefix recovery + no-fvar invariant\n类型化前缀恢复 + 无自由变量不变量"];
+     closedformula -> proofparser [label="axm sentence task\n公理叶闭句任务"];
    syntaxparser -> proofparser [label="checked syntax-task machine\n已检查语法任务机"];
    syntaxparser -> certparser [label="induction-body formula parser\n归纳公理体公式解析"];
-     syntaxinversion -> numericparser [label="arbitrary syntax success is canonical\n任意语法成功均为规范前缀"];
-     proofparser -> numericparser [label="ten-rule canonical completeness\n十规则规范完备方向"];
+     syntaxinversion -> proofinversion [label="term / formula arbitrary inversion\n项 / 公式任意反演"];
+     proofparser -> proofinversion [label="ten-rule numeric state machine\n十规则纯数值状态机"];
+     closedformula -> proofinversion [label="real sentence recovery\n真实闭句恢复"];
+     proofinversion -> numericparser [label="arbitrary proof success is canonical\n任意证明成功均为真实规范前缀"];
    certparser -> numericparser [label="23+4 certificate canonical completeness\n23+4 类证书规范完备方向"];
    numericparser -> compactformula [label="same numeric machine graph\n同一纯数值机器图"];
    compactformula -> patrace [label="fixed formula and binary numerals\n固定公式与二进制数词"];
    internalnote -> patrace [style=dotted, arrowhead=none, constraint=false];
    patrace -> suitable;
    suitable -> cond0;
    suitable -> cond1;
    suitable -> cond2;
    suitable -> cond3;
    predicate -> mpcompiler [label="same public verifier\n同一公开验证器"];
    canonicalnormalize -> mpcompiler [label="decoded payload never grows\n解码规范化不增长"];
    mpcompiler -> cond3 [style=dotted, label="external compiler closed; PA internal proof remains\n外部编译已闭合；仍需 PA 内部短证明"];
    predicate -> conjcompiler [label="same public verifier\n同一公开验证器"];
    canonicalnormalize -> conjcompiler [label="decoded payload never grows\n解码规范化不增长"];
    conjcompiler -> proofassembly [style=dotted, label="external conjunction primitive closed\n外部合取原语已闭合"];
    compactformula -> qdiagonal [style=dotted, arrowhead=none, constraint=false, label="later instantiate the closed generic compiler at concrete P\n后续把已闭合通用编译器实例化到具体 P"];
    suitable -> qdiagonal [style=dotted, arrowhead=none, constraint=false, label="concrete P conditions belong to later assembly\n具体 P 条件属于后续拼接"];
    transformcode -> qdiagonal [label="formula-instance size bound already checked\n公式实例大小界已检查"];
    cond0 -> proofassembly;
    cond1 -> proofassembly;
    cond2 -> proofassembly;
    cond3 -> proofassembly;
    qdiagonal -> proofassembly;
    proofassembly -> exponentextract;
    paconsistency -> exponentextract;
    exponentextract -> diagonal;
  }

  subgraph cluster_buss {
    label="H. Buss-Pudlak lower bound（布斯-普德拉克下界）";
    color="#9a9a9a";
    style="rounded,dashed";

    family [label="F_n = Con_T((f(n))^c)\n有限一致性公式族\nsame T / proof system / symbol length\n同一理论 / 证明系统 / 符号长度", fillcolor="#f3f3f3", color="#777777", style="rounded,filled,dashed"];
    rescale [label="Buss 1994 Theorem 5\n布斯 1994 第 5 定理\ntime-constructible rescaling\n时间可构造重标定", fillcolor="#f3f3f3", color="#777777", style="rounded,filled,dashed", penwidth=2.0];
    lower [label="minProofLength(F_n) > U(n) eventually\n最短证明长度最终大于 U(n)\nsuper-polynomial lower bound（超多项式下界）", fillcolor="#e9e3f5", color="#76639a", style="rounded,filled,dashed", penwidth=2.0];
    lowernote [shape=note, label="关键注释：文献下界只能用于原文满足条件的\nformula family（公式族）、proof system（证明系统）\n和 symbol length（符号长度）；名字相似不能替代对象恒等。", fillcolor="#e8f1f8", color="#4e7892"];

    compactformula -> family [label="same CompactProof predicate\n同一紧凑证明谓词"];
    minmeasure -> family [label="exact minimum length coordinate\n精确最短长度坐标"];
    diagonal -> rescale [label="power lower-bound seed\n幂下界种子"];
    family -> rescale;
    rescale -> lower [label="explicit time-constructible f\n显式时间可构造函数 f"];
    lowernote -> rescale [style=dotted, arrowhead=none, constraint=false];
  }

  subgraph cluster_collision {
    label="I. Same-object upper bound and collision（同对象上界与碰撞）";
    color="#9a9a9a";
    style="rounded,dashed";

    sondowcert [label="Sondow checked certificates\n索多已检查证书\nassume gamma rational（假设欧拉常数有理）\n本节点只表示证书已检查，不等于同对象上界已完成", fillcolor="#dff2e8", color="#3f7c66"];
    samecompiler [label="Sondow same-object compiler\n索多同对象编译器\ncertificate -> real proof of the same F_n\n证书 -> 同一 F_n 的真实证明", fillcolor="#f3f3f3", color="#777777", style="rounded,filled,dashed"];
    upper [label="minProofLength(F_n) <= U(n)\n最短证明长度不超过多项式 U(n)\npolynomial upper bound（多项式上界）\n等待 same-object compiler（同对象编译器）", fillcolor="#f3f3f3", color="#777777", style="rounded,filled,dashed"];
    collision [label="U(N) < minProofLength(F_N) <= U(N)\n同一 N、同一公式、同一检查器、同一长度的矛盾\ncollision theorem（碰撞定理）", fillcolor="#f8d9d6", color="#a8443d", style="rounded,filled,dashed", penwidth=2.5];
    final [label="not is_rational euler_mascheroni\n欧拉-马歇罗尼常数非有理\n仅在全部上游根定理闭合后成立", fillcolor="#f8d9d6", color="#a8443d", style="rounded,filled,dashed", penwidth=2.5];
    samenote [shape=note, label="关键注释：碰撞必须是同一 N、同一 F_N、\n同一 checker（检查器）和同一 length measure（长度度量）。\n只证明两个抽象接口各自存在不能形成碰撞。", fillcolor="#e8f1f8", color="#4e7892"];

    sondowcert -> samecompiler;
    family -> samecompiler [label="formula identity\n公式恒等"];
    predicate -> samecompiler [label="same checker/length\n同一检查器/长度"];
    minmeasure -> samecompiler [label="same minimum payload measure\n同一最短载荷度量"];
    samecompiler -> upper [label="canonical accepted proof code\n规范且被接受的证明码"];
    upper -> collision [label="same F_N / same length\n同一 F_N / 同一长度"];
    lower -> collision [label="same F_N / same length\n同一 F_N / 同一长度"];
    samenote -> collision [style=dotted, arrowhead=none, constraint=false];
    collision -> final;
  }

  subgraph cluster_audit {
    label="J. Submission-grade audit gates（投稿级审计门）";
    color="#76639a";
    style="rounded";

    axioms [label="#print axioms audit（公理画像审计）\n已完成节点仅依赖：\npropext（命题外延）\nClassical.choice（经典选择）\nQuot.sound（商类型可靠性）", fillcolor="#e9e3f5", color="#76639a"];
    forbidden [label="Forbidden project assumptions（禁止项目级假设）\nno tail_gap（无尾部间隙参数）\nno upper_provider（无上界提供者参数）\nno project proof_length（无项目证明长度公设）\nno sorryAx（无未完成证明公设）", fillcolor="#e9e3f5", color="#76639a"];
    gate [label="Final dependency audit（最终依赖审计）\nsame formula / parameter / checker / measure\n同一公式 / 参数 / 检查器 / 度量", fillcolor="#e9e3f5", color="#76639a", penwidth=2.0];

    totalcanonical -> axioms [style=dotted];
    publiciff -> axioms [style=dotted];
    completeness -> axioms [style=dotted];
    nattrace -> axioms [style=dotted];
    polytime -> forbidden [style=dashed];
    diagonal -> forbidden [style=dashed];
    samecompiler -> forbidden [style=dashed];
    lower -> gate;
    upper -> gate;
    axioms -> gate;
    forbidden -> gate;
    gate -> collision [style=dashed, label="audit pass\n审计通过"];
  }

  subgraph cluster_rejected_routes {
    label="K. Rejected historical routes（经审计弃用的历史路线；不通向主结论）";
    color="#a8443d";
    style="rounded,dashed";

    rawgodel [label="Nat.size(rawProofCode) lower bound\n原始哥德尔证明码位长下界\nunary-numeral encoding artifact（一元数词编码伪影）", fillcolor="#f8d9d6", color="#a8443d", style="rounded,filled,dashed"];
    postfixraw [label="Postfix checker rebuilding rawCode\n重建 rawCode 的后缀检查器\nprimitive recursive != polynomial time\n原始递归不等于多项式时间", fillcolor="#f8d9d6", color="#a8443d", style="rounded,filled,dashed"];
    abstractgap [label="tail_gap / computable_gap input\n尾部间隙 / 可计算间隙输入\nassumes the lower bound（预设下界）", fillcolor="#f8d9d6", color="#a8443d", style="rounded,filled,dashed"];
    abstractupper [label="upper_provider input\n上界提供者输入\nassumes the Sondow bridge（预设索多桥）", fillcolor="#f8d9d6", color="#a8443d", style="rounded,filled,dashed"];
    unsimulated [label="Unproved Hilbert-system simulation\n未证明的 Hilbert 系统模拟\nwrong/uncalibrated proof measure\n错误或未校准的证明度量", fillcolor="#f8d9d6", color="#a8443d", style="rounded,filled,dashed"];
    graft [label="strengthened_to_partial / transfer_to_graft\n加强到部分 / 嫁接转移接口\ninterface packaging without source theorem\n只有接口包装、没有源定理", fillcolor="#f8d9d6", color="#a8443d", style="rounded,filled,dashed"];
    rejectednote [shape=note, label="弃用判据：编码伪影、循环输入、对象错位，\n或只给接口而没有根定理。\n本区域没有任何边连接最终碰撞定理。", fillcolor="#fff1f0", color="#a8443d"];

    rawgodel -> postfixraw [style=dotted, color="#a8443d"];
    abstractgap -> graft [style=dotted, color="#a8443d"];
    abstractupper -> graft [style=dotted, color="#a8443d"];
    unsimulated -> graft [style=dotted, color="#a8443d"];
    rejectednote -> graft [style=dotted, arrowhead=none, color="#a8443d"];
  }
}
